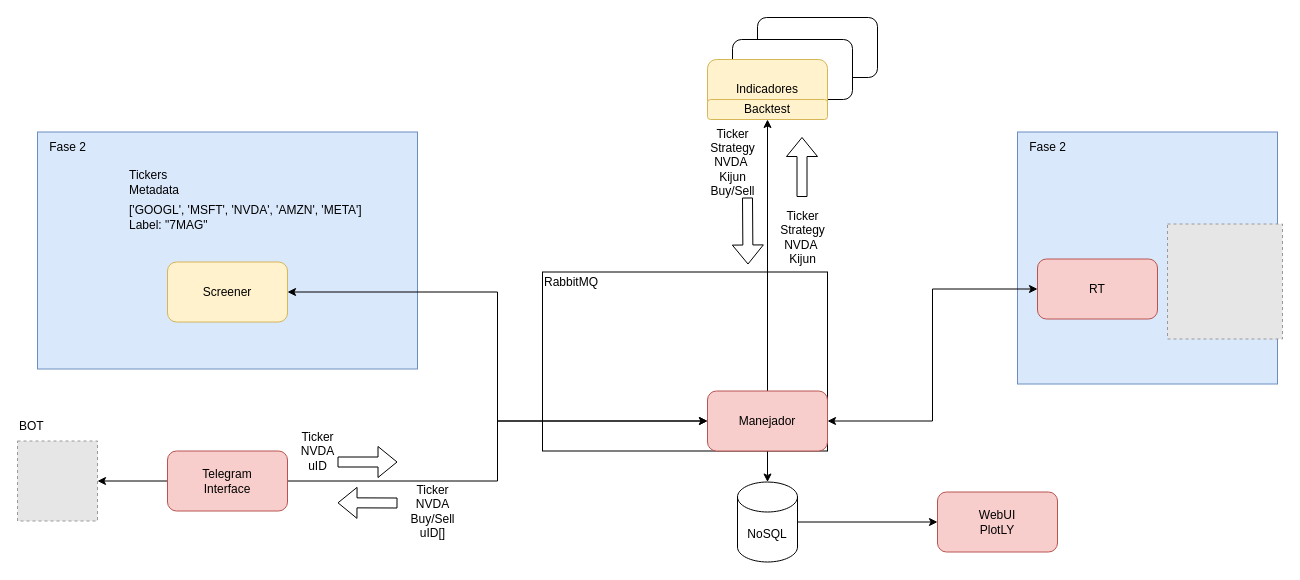
Above: page "Diagrama" (1 of 2) of TradingCore 24Q4.drawio in kbm15/pelacables-swing-trading-core (draw.io), before the change. Source tidied: cells renumbered, new cells numbered last; positions are measured from the earlier drawing's top-left corner, leaving out a move shared by most shapes. Both pictures are drawn from the tidied source at 100%, with x=0, y=0 at pixel (17, 17). Pictures stored in the file or linked from it are replaced by grey dashed boxes.
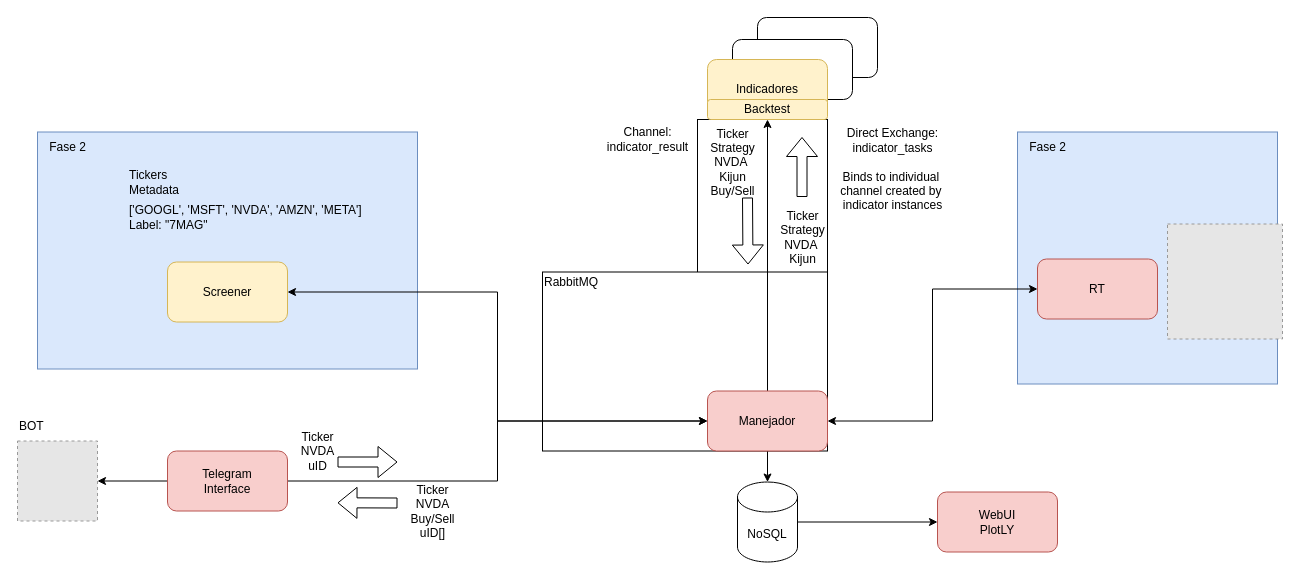
The same diagram, later.

Commit message (it also covers changes not shown here):
Added RabbitMQ Indicator Module

The edit, as a diff of the source:
```diff
@@
+    <mxCell id="38" style="rounded=0;whiteSpace=wrap;html=1;" parent="1" vertex="1">
+      <mxGeometry x="680" y="102" width="130" height="188" as="geometry" />
+    </mxCell>
@@
+    <mxCell id="39" value="&lt;div style=&quot;&quot;&gt;&lt;span style=&quot;background-color: initial;&quot;&gt;Direct Exchange:&lt;/span&gt;&lt;/div&gt;&lt;div style=&quot;&quot;&gt;indicator_tasks&lt;/div&gt;&lt;div style=&quot;&quot;&gt;&lt;br&gt;&lt;/div&gt;&lt;div style=&quot;&quot;&gt;Binds to individual&amp;nbsp;&lt;/div&gt;&lt;div style=&quot;&quot;&gt;&lt;span style=&quot;background-color: initial;&quot;&gt;channel created&amp;nbsp;&lt;/span&gt;&lt;span style=&quot;background-color: initial;&quot;&gt;by&amp;nbsp;&lt;/span&gt;&lt;/div&gt;&lt;div style=&quot;&quot;&gt;&lt;span style=&quot;background-color: initial;&quot;&gt;indicator&amp;nbsp;&lt;/span&gt;&lt;span style=&quot;background-color: initial;&quot;&gt;instances&lt;/span&gt;&lt;/div&gt;" style="text;html=1;align=center;verticalAlign=middle;strokeColor=none;fillColor=none;" parent="1" vertex="1">
+      <mxGeometry x="810" y="102" width="130" height="100" as="geometry" />
+    </mxCell>
+    <mxCell id="40" value="&lt;div&gt;Channel:&lt;/div&gt;indicator_result" style="text;html=1;align=center;verticalAlign=middle;strokeColor=none;fillColor=none;" parent="1" vertex="1">
+      <mxGeometry x="580" y="102" width="100" height="40" as="geometry" />
+    </mxCell>
```
